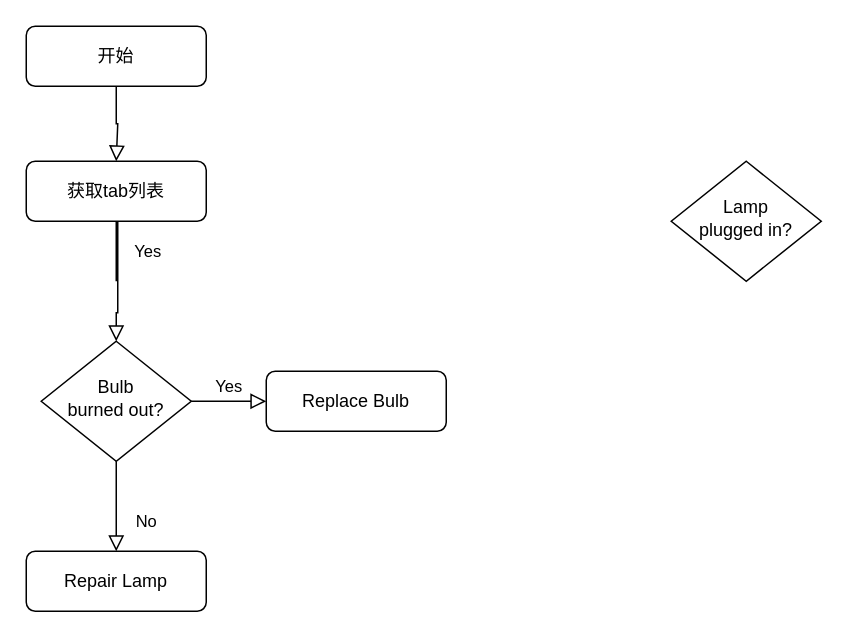
chenjinwei113708/drawioProject keeps this draw.io diagram as 未命名绘图.drawio. Above is the earlier version. Source tidied: cells renumbered, new cells numbered last; positions are measured from the earlier drawing's top-left corner, leaving out a move shared by most shapes. Both pictures are drawn from the tidied source at 150%, with x=0, y=0 at pixel (26, 26).
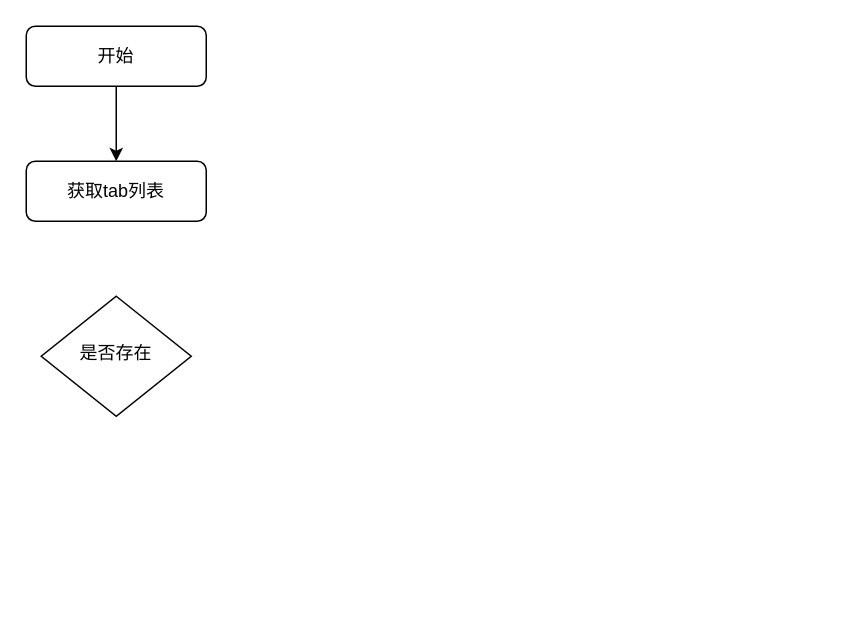
After the change.

Commit message (it also covers changes not shown here):
更新未命名绘图.drawio

Diff of the diagram source:
```diff
@@
 <mxGraphModel>
   <root>
     <mxCell id="0" />
     <mxCell id="1" parent="0" />
-    <mxCell id="2" style="rounded=0;html=1;jettySize=auto;fontSize=11;endArrow=block;endFill=0;endSize=8;strokeWidth=1;shadow=0;labelBackgroundColor=none;edgeStyle=orthogonalEdgeStyle;" parent="1" edge="1" source="3">
-      <mxGeometry relative="1" as="geometry">
-        <mxPoint x="60" y="90" as="targetPoint" />
-        <Array as="points">
-          <mxPoint x="60" y="65" />
-          <mxPoint x="61" y="65" />
-        </Array>
-      </mxGeometry>
-    </mxCell>
+    <mxCell id="12" style="edgeStyle=orthogonalEdgeStyle;rounded=0;jettySize=auto;html=1;entryX=0.5;entryY=0;entryDx=0;entryDy=0;" parent="1" edge="1" source="3" target="5">
+      <mxGeometry relative="1" as="geometry" />
+    </mxCell>
     <mxCell id="3" value="开始" style="rounded=1;whiteSpace=wrap;html=1;fontSize=12;glass=0;strokeWidth=1;shadow=0;" parent="1" vertex="1">
       <mxGeometry width="120" height="40" as="geometry" />
     </mxCell>
-    <mxCell id="4" value="Yes" style="rounded=0;html=1;jettySize=auto;fontSize=11;endArrow=block;endFill=0;endSize=8;strokeWidth=1;shadow=0;labelBackgroundColor=none;edgeStyle=orthogonalEdgeStyle;" parent="1" edge="1" target="8">
-      <mxGeometry y="20" relative="1" as="geometry">
-        <mxPoint x="60" y="170" as="sourcePoint" />
-        <Array as="points">
-          <mxPoint x="60" y="130" />
-          <mxPoint x="61" y="130" />
-          <mxPoint x="61" y="191" />
-          <mxPoint x="60" y="191" />
-        </Array>
-      </mxGeometry>
-    </mxCell>
+    <mxCell id="11" value="是否存在" style="rhombus;whiteSpace=wrap;html=1;shadow=0;fontFamily=Helvetica;fontSize=12;align=center;strokeWidth=1;spacing=6;spacingTop=-4;" parent="1" vertex="1">
+      <mxGeometry x="10" y="180" width="100" height="80" as="geometry" />
+    </mxCell>
     <mxCell id="5" value="获取tab列表" style="rounded=1;whiteSpace=wrap;html=1;fontSize=12;glass=0;strokeWidth=1;shadow=0;" parent="1" vertex="1">
       <mxGeometry y="90" width="120" height="40" as="geometry" />
     </mxCell>
-    <mxCell id="6" value="No" style="rounded=0;html=1;jettySize=auto;fontSize=11;endArrow=block;endFill=0;endSize=8;strokeWidth=1;shadow=0;labelBackgroundColor=none;edgeStyle=orthogonalEdgeStyle;" parent="1" edge="1" source="8" target="9">
-      <mxGeometry x="0.33" y="20" relative="1" as="geometry" />
-    </mxCell>
-    <mxCell id="7" value="Yes" style="edgeStyle=orthogonalEdgeStyle;rounded=0;html=1;jettySize=auto;fontSize=11;endArrow=block;endFill=0;endSize=8;strokeWidth=1;shadow=0;labelBackgroundColor=none;" parent="1" edge="1" source="8" target="10">
-      <mxGeometry y="10" relative="1" as="geometry" />
-    </mxCell>
-    <mxCell id="8" value="Bulb&lt;br&gt;burned out?" style="rhombus;whiteSpace=wrap;html=1;shadow=0;fontFamily=Helvetica;fontSize=12;align=center;strokeWidth=1;spacing=6;spacingTop=-4;" parent="1" vertex="1">
-      <mxGeometry x="10" y="210" width="100" height="80" as="geometry" />
-    </mxCell>
-    <mxCell id="9" value="Repair Lamp" style="rounded=1;whiteSpace=wrap;html=1;fontSize=12;glass=0;strokeWidth=1;shadow=0;" parent="1" vertex="1">
-      <mxGeometry y="350" width="120" height="40" as="geometry" />
-    </mxCell>
-    <mxCell id="10" value="Replace Bulb" style="rounded=1;whiteSpace=wrap;html=1;fontSize=12;glass=0;strokeWidth=1;shadow=0;" parent="1" vertex="1">
-      <mxGeometry x="160" y="230" width="120" height="40" as="geometry" />
-    </mxCell>
-    <mxCell id="11" value="Lamp&lt;br&gt;plugged in?" style="rhombus;whiteSpace=wrap;html=1;shadow=0;fontFamily=Helvetica;fontSize=12;align=center;strokeWidth=1;spacing=6;spacingTop=-4;" parent="1" vertex="1">
-      <mxGeometry x="430" y="90" width="100" height="80" as="geometry" />
-    </mxCell>
   </root>
 </mxGraphModel>
```
